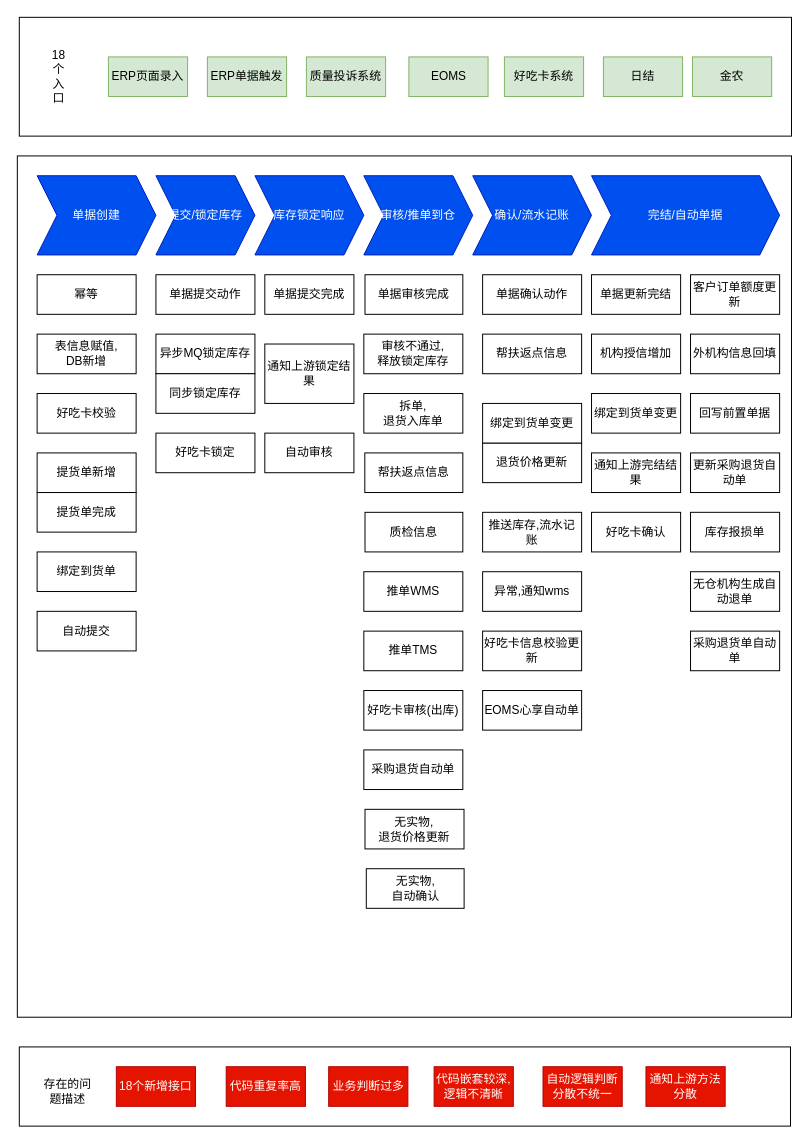
This is page "退货业务架构图(旧)" (2 of 8) of 销售退货中台化业务梳理图.drawio from fengj1202/draw, a draw.io file, before an edit. Source tidied: cells renumbered, new cells numbered last; positions are measured from the earlier drawing's top-left corner, leaving out a move shared by most shapes. Both pictures are drawn from the tidied source at 99%, with x=0, y=0 at pixel (17, 17).
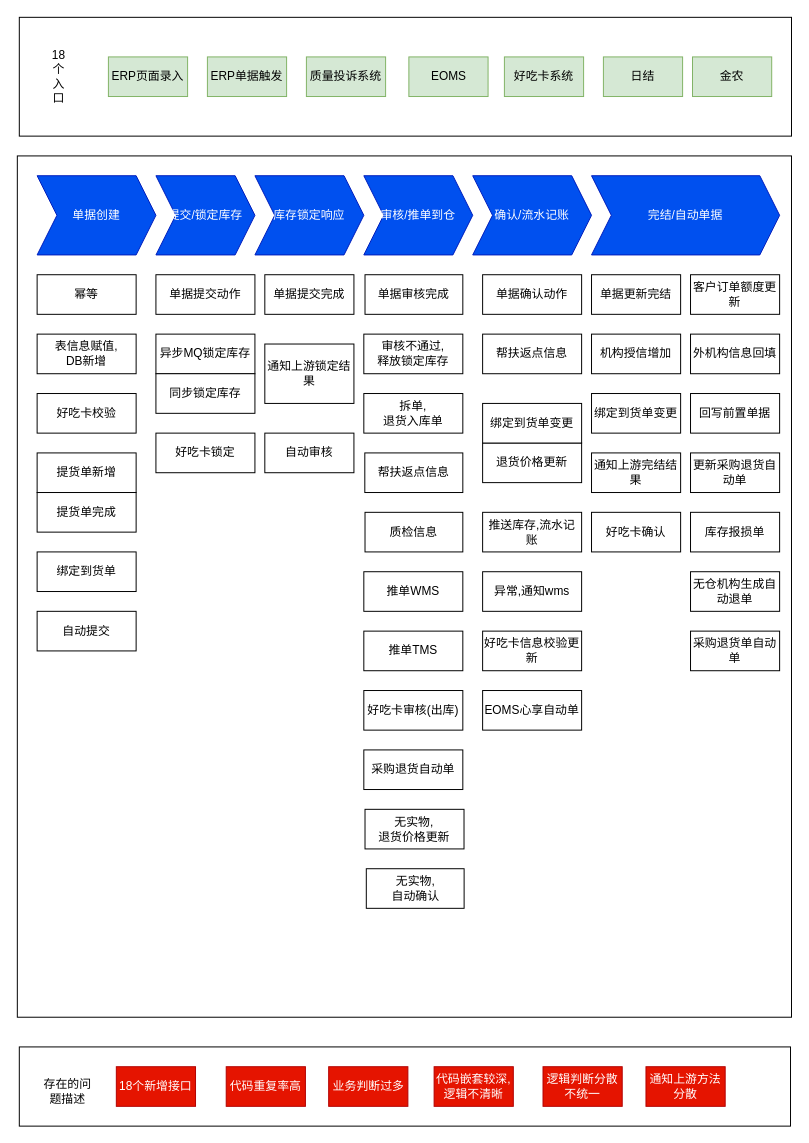
Above is the later version.

Commit message:
更新销售退货中台化业务梳理图.drawio

The edit, as a diff of the source:
```diff
@@
-    <mxCell id="67" value="自动逻辑判断分散不统一" style="rounded=0;whiteSpace=wrap;html=1;fillColor=#e51400;strokeColor=#B20000;fontColor=#ffffff;" parent="1" vertex="1">
+    <mxCell id="67" value="逻辑判断分散不统一" style="rounded=0;whiteSpace=wrap;html=1;fillColor=#e51400;strokeColor=#B20000;fontColor=#ffffff;" parent="1" vertex="1">
       <mxGeometry x="531" y="1060" width="80" height="40" as="geometry" />
     </mxCell>
```
